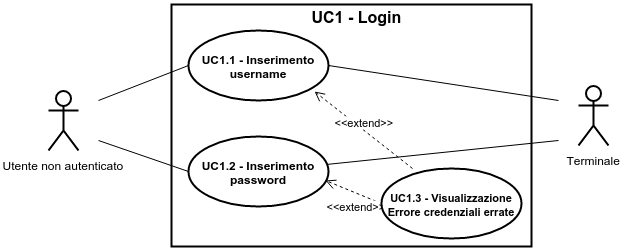
This is img/UseCases/UC1.png from ScalateKids/Actorbase-Documents, a draw.io export, as it was before one commit. Source tidied: cells renumbered, new cells last; positions are measured from the earlier drawing's top-left corner, leaving out a move shared by most shapes.
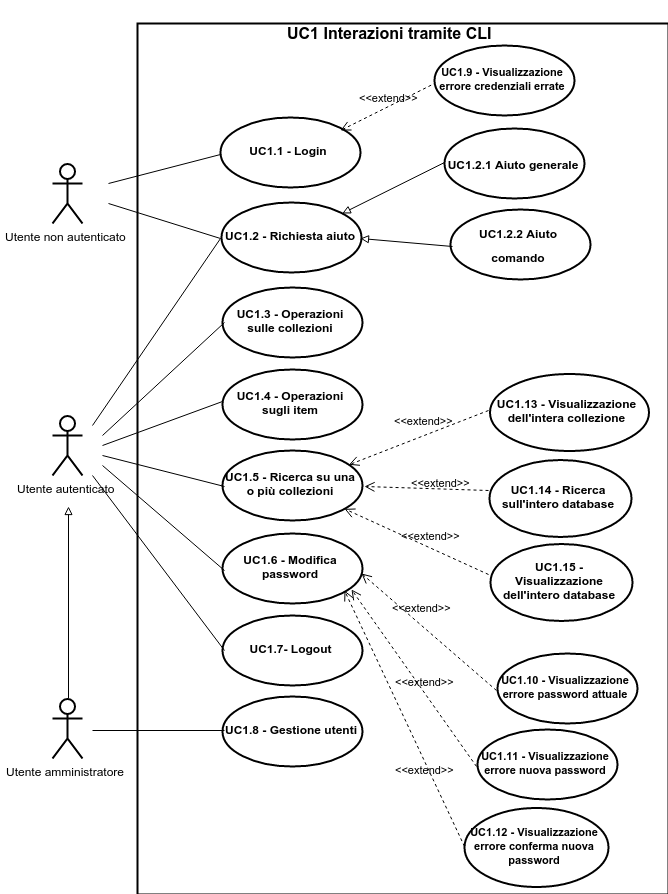
Above is the later version.

Diff of the diagram source:
```diff
@@ -2,56 +2,168 @@
   <root>
     <mxCell id="0" />
     <mxCell id="1" parent="0" />
-    <mxCell id="2" value="Utente non autenticato" style="shape=umlActor;verticalLabelPosition=bottom;labelBackgroundColor=#ffffff;verticalAlign=top;html=1;shadow=0;glass=0;strokeWidth=2;fillColor=#FFFFFF;" parent="1" vertex="1">
-      <mxGeometry y="89" width="30" height="60" as="geometry" />
+    <mxCell id="2" value="&lt;b&gt;&lt;font style=&quot;font-size: 11px&quot;&gt;UC1.11 - Visualizzazione errore nuova password&lt;/font&gt;&lt;/b&gt;" style="ellipse;whiteSpace=wrap;html=1;shadow=0;glass=0;strokeWidth=2;fillColor=#FFFFFF;" parent="1" vertex="1">
+      <mxGeometry x="1057.4" y="429.5" width="140" height="70" as="geometry" />
     </mxCell>
-    <mxCell id="3" value="&lt;b&gt;UC1.1 - Inserimento username&lt;/b&gt;" style="ellipse;whiteSpace=wrap;html=1;shadow=0;glass=0;strokeWidth=2;fillColor=#FFFFFF;" parent="1" vertex="1">
-      <mxGeometry x="140" y="29" width="140" height="70" as="geometry" />
+    <mxCell id="3" value="&amp;lt;&amp;lt;extend&amp;gt;&amp;gt;" style="html=1;verticalAlign=bottom;endArrow=open;dashed=1;endSize=8;exitX=0;exitY=0.5;labelBackgroundColor=none;" parent="1" edge="1" source="4">
+      <mxGeometry as="geometry">
+        <mxPoint x="941" y="273" as="targetPoint" />
+        <mxPoint x="-7" y="-16" as="offset" />
+      </mxGeometry>
     </mxCell>
-    <mxCell id="4" value="&lt;b&gt;UC1.2 - Inserimento password&lt;/b&gt;" style="ellipse;whiteSpace=wrap;html=1;shadow=0;glass=0;strokeWidth=2;fillColor=#FFFFFF;" parent="1" vertex="1">
-      <mxGeometry x="140" y="135" width="140" height="70" as="geometry" />
+    <mxCell id="4" value="&lt;b&gt;&lt;font style=&quot;font-size: 11px&quot;&gt;UC1.10 - Visualizzazione errore password attuale&lt;/font&gt;&lt;/b&gt;" style="ellipse;whiteSpace=wrap;html=1;shadow=0;glass=0;strokeWidth=2;fillColor=#FFFFFF;" parent="1" vertex="1">
+      <mxGeometry x="1077.4" y="353.5" width="140" height="70" as="geometry" />
     </mxCell>
-    <mxCell id="5" style="endArrow=none;html=1;" parent="1" edge="1">
-      <mxGeometry x="562" y="81" as="geometry">
-        <mxPoint x="50" y="99" as="sourcePoint" />
-        <mxPoint x="140" y="64" as="targetPoint" />
+    <mxCell id="5" value="&amp;lt;&amp;lt;extend&amp;gt;&amp;gt;" style="html=1;verticalAlign=bottom;endArrow=open;dashed=1;endSize=8;entryX=1;entryY=1;exitX=0;exitY=0.5;labelBackgroundColor=none;" parent="1" edge="1" source="6" target="16">
+      <mxGeometry as="geometry">
+        <mxPoint x="20" y="60" as="offset" />
       </mxGeometry>
     </mxCell>
-    <mxCell id="6" style="endArrow=none;html=1;entryX=0;entryY=0.5;" parent="1" edge="1" target="4">
-      <mxGeometry x="562" y="156" as="geometry">
-        <mxPoint x="50" y="139" as="sourcePoint" />
-      </mxGeometry>
+    <mxCell id="6" value="&lt;b&gt;&lt;font style=&quot;font-size: 11px&quot;&gt;UC1.12 - Visualizzazione errore conferma nuova password&lt;/font&gt;&lt;/b&gt;" style="ellipse;whiteSpace=wrap;html=1;shadow=0;glass=0;strokeWidth=2;fillColor=#FFFFFF;" parent="1" vertex="1">
+      <mxGeometry x="1044.4" y="507.5" width="144" height="79" as="geometry" />
     </mxCell>
-    <mxCell id="7" value="&amp;lt;&amp;lt;extend&amp;gt;&amp;gt;" style="html=1;verticalAlign=bottom;endArrow=open;dashed=1;endSize=8;entryX=0.982;entryY=0.629;entryPerimeter=0;exitX=0;exitY=0.5;" parent="1" edge="1" source="8" target="4">
-      <mxGeometry x="789" y="196" as="geometry" />
+    <mxCell id="7" value="Utente autenticato" style="shape=umlActor;verticalLabelPosition=bottom;labelBackgroundColor=#ffffff;verticalAlign=top;html=1;shadow=0;glass=0;strokeWidth=2;fillColor=none;" parent="1" vertex="1">
+      <mxGeometry x="632" y="115" width="30" height="60" as="geometry" />
     </mxCell>
-    <mxCell id="8" value="&lt;b&gt;&lt;font style=&quot;font-size: 11px&quot;&gt;UC1.3 - Visualizzazione Errore credenziali errate&lt;/font&gt;&lt;/b&gt;" style="ellipse;whiteSpace=wrap;html=1;shadow=0;glass=0;strokeWidth=2;fillColor=#FFFFFF;" parent="1" vertex="1">
-      <mxGeometry x="333" y="167" width="140" height="70" as="geometry" />
+    <mxCell id="8" value="Utente amministratore" style="shape=umlActor;verticalLabelPosition=bottom;labelBackgroundColor=#ffffff;verticalAlign=top;html=1;shadow=0;glass=0;strokeWidth=2;fillColor=none;" parent="1" vertex="1">
+      <mxGeometry x="632" y="398" width="30" height="60" as="geometry" />
     </mxCell>
-    <mxCell id="9" value="&amp;lt;&amp;lt;extend&amp;gt;&amp;gt;" style="html=1;verticalAlign=bottom;endArrow=open;dashed=1;endSize=8;exitX=0.221;exitY=-0.005;exitPerimeter=0;entryX=0.9;entryY=0.871;entryPerimeter=0;" parent="1" edge="1" source="8" target="3">
-      <mxGeometry x="782.5" y="72" as="geometry" />
+    <mxCell id="9" value="&lt;b&gt;UC1.2 - Richiesta aiuto&lt;/b&gt;" style="ellipse;whiteSpace=wrap;html=1;shadow=0;glass=0;strokeWidth=2;fillColor=none;" parent="1" vertex="1">
+      <mxGeometry x="801" y="-98" width="140" height="70" as="geometry" />
     </mxCell>
-    <mxCell id="10" style="html=1;shadow=0;glass=0;strokeWidth=2;fillColor=none;" parent="1" vertex="1">
-      <mxGeometry x="123" y="3" width="360" height="242" as="geometry" />
+    <mxCell id="10" value="&lt;b&gt;UC1.3 - Operazioni sulle collezioni&lt;/b&gt;" style="ellipse;whiteSpace=wrap;html=1;shadow=0;glass=0;strokeWidth=2;fillColor=none;" parent="1" vertex="1">
+      <mxGeometry x="802" y="-13" width="140" height="70" as="geometry" />
     </mxCell>
-    <mxCell id="11" value="&lt;font style=&quot;font-size: 16px&quot;&gt;&lt;b&gt;UC1 - Login&lt;/b&gt;&lt;/font&gt;" style="text;html=1;strokeColor=none;fillColor=none;align=center;verticalAlign=middle;overflow=hidden;shadow=0;glass=0;" parent="1" vertex="1">
-      <mxGeometry x="255" width="106" height="28" as="geometry" />
+    <mxCell id="11" style="endArrow=none;html=1;entryX=0;entryY=0.5;" parent="1" edge="1" target="9">
+      <mxGeometry x="1234" y="270" as="geometry">
+        <mxPoint x="672" y="125" as="sourcePoint" />
+      </mxGeometry>
     </mxCell>
-    <mxCell id="12" value="Terminale" style="shape=umlActor;verticalLabelPosition=bottom;labelBackgroundColor=#ffffff;verticalAlign=top;html=1;shadow=0;glass=0;strokeWidth=2;fillColor=none;" parent="1" vertex="1">
-      <mxGeometry x="530" y="84" width="30" height="60" as="geometry" />
+    <mxCell id="12" style="endArrow=none;html=1;entryX=0;entryY=0.5;" parent="1" edge="1" target="10">
+      <mxGeometry x="1234" y="362" as="geometry">
+        <mxPoint x="682" y="135" as="sourcePoint" />
+      </mxGeometry>
     </mxCell>
-    <mxCell id="13" style="endArrow=none;html=1;strokeWidth=1;exitX=1;exitY=0.5;" parent="1" edge="1" source="3">
-      <mxGeometry x="792" y="81" as="geometry">
-        <mxPoint x="510" y="99" as="targetPoint" />
+    <mxCell id="13" style="edgeStyle=orthogonalEdgeStyle;rounded=0;html=1;jettySize=auto;endArrow=block;endFill=0;" parent="1" edge="1" source="8">
+      <mxGeometry x="1159" y="222" as="geometry">
+        <mxPoint x="648" y="206" as="targetPoint" />
+        <Array as="points">
+          <mxPoint x="647" y="205" />
+        </Array>
       </mxGeometry>
     </mxCell>
-    <mxCell id="14" style="endArrow=none;html=1;strokeWidth=1;" parent="1" edge="1" source="4">
-      <mxGeometry x="790.6" y="156" as="geometry">
-        <mxPoint x="510" y="139" as="targetPoint" />
-      </mxGeometry>
+    <mxCell id="14" value="&lt;b&gt;UC1.4 - Operazioni sugli item&lt;/b&gt;" style="ellipse;whiteSpace=wrap;html=1;shadow=0;glass=0;strokeWidth=2;fillColor=none;" parent="1" vertex="1">
+      <mxGeometry x="802" y="69" width="140" height="70" as="geometry" />
     </mxCell>
-    <mxCell id="15" style="edgeStyle=none;rounded=0;html=1;exitX=0.5;exitY=1;entryX=0.5;entryY=1;startArrow=block;startFill=0;endArrow=block;endFill=0;jettySize=auto;orthogonalLoop=1;" parent="1" edge="1" source="11" target="11">
-      <mxGeometry x="820" y="45" as="geometry" />
+    <mxCell id="15" value="&lt;b&gt;UC1.5 - Ricerca su una o più collezioni&lt;/b&gt;" style="ellipse;whiteSpace=wrap;html=1;shadow=0;glass=0;strokeWidth=2;fillColor=none;" parent="1" vertex="1">
+      <mxGeometry x="802" y="150" width="140" height="70" as="geometry" />
     </mxCell>
+    <mxCell id="16" value="&lt;b&gt;UC1.6 - Modifica password&lt;/b&gt;" style="ellipse;whiteSpace=wrap;html=1;shadow=0;glass=0;strokeWidth=2;fillColor=none;" parent="1" vertex="1">
+      <mxGeometry x="802" y="233" width="140" height="70" as="geometry" />
+    </mxCell>
+    <mxCell id="17" value="&lt;b&gt;UC1.7- Logout&lt;/b&gt;" style="ellipse;whiteSpace=wrap;html=1;shadow=0;glass=0;strokeWidth=2;fillColor=none;" parent="1" vertex="1">
+      <mxGeometry x="802" y="315" width="140" height="70" as="geometry" />
+    </mxCell>
+    <mxCell id="18" value="&lt;b&gt;UC1.8 - Gestione utenti&lt;/b&gt;" style="ellipse;whiteSpace=wrap;html=1;shadow=0;glass=0;strokeWidth=2;fillColor=none;" parent="1" vertex="1">
+      <mxGeometry x="802" y="396" width="140" height="70" as="geometry" />
+    </mxCell>
+    <mxCell id="19" style="endArrow=none;html=1;entryX=0;entryY=0.5;" parent="1" edge="1" target="18">
+      <mxGeometry x="1184" y="447" as="geometry">
+        <mxPoint x="672" y="430" as="sourcePoint" />
+      </mxGeometry>
+    </mxCell>
+    <mxCell id="20" style="endArrow=none;html=1;" parent="1" edge="1">
+      <mxGeometry x="1194" y="128" as="geometry">
+        <mxPoint x="682" y="145" as="sourcePoint" />
+        <mxPoint x="802" y="101" as="targetPoint" />
+      </mxGeometry>
+    </mxCell>
+    <mxCell id="21" style="endArrow=none;html=1;entryX=0;entryY=0.5;" parent="1" edge="1" target="15">
+      <mxGeometry x="1194" y="172" as="geometry">
+        <mxPoint x="682" y="155" as="sourcePoint" />
+      </mxGeometry>
+    </mxCell>
+    <mxCell id="22" style="edgeStyle=orthogonalEdgeStyle;rounded=0;html=1;exitX=0.5;exitY=0.5;exitPerimeter=0;entryX=0.5;entryY=0.5;entryPerimeter=0;jettySize=auto;orthogonalLoop=1;" parent="1" edge="1" source="7" target="7">
+      <mxGeometry x="1159" y="162" as="geometry" />
+    </mxCell>
+    <mxCell id="23" style="endArrow=none;html=1;entryX=0;entryY=0.5;" parent="1" edge="1" target="16">
+      <mxGeometry x="1194" y="182" as="geometry">
+        <mxPoint x="682" y="165" as="sourcePoint" />
+      </mxGeometry>
+    </mxCell>
+    <mxCell id="24" style="endArrow=none;html=1;entryX=0;entryY=0.5;" parent="1" edge="1" target="17">
+      <mxGeometry x="1184" y="192" as="geometry">
+        <mxPoint x="672" y="175" as="sourcePoint" />
+      </mxGeometry>
+    </mxCell>
+    <mxCell id="25" value="&lt;span style=&quot;font-weight: normal&quot;&gt;Utente non autenticato&lt;/span&gt;" style="shape=umlActor;verticalLabelPosition=bottom;labelBackgroundColor=#ffffff;verticalAlign=top;html=1;fontStyle=1;strokeWidth=2;" parent="1" vertex="1">
+      <mxGeometry x="632" y="-137" width="30" height="60" as="geometry" />
+    </mxCell>
+    <mxCell id="26" value="&lt;b&gt;UC1.1 - Login&lt;/b&gt;" style="ellipse;whiteSpace=wrap;html=1;shadow=0;glass=0;strokeWidth=2;fillColor=none;" parent="1" vertex="1">
+      <mxGeometry x="800" y="-183" width="140" height="70" as="geometry" />
+    </mxCell>
+    <mxCell id="27" style="endArrow=none;html=1;strokeWidth=1;fillColor=#000000;entryX=0;entryY=0.5;" parent="1" edge="1" target="26">
+      <mxGeometry x="1200" y="-129" as="geometry">
+        <mxPoint x="688" y="-117" as="sourcePoint" />
+      </mxGeometry>
+    </mxCell>
+    <mxCell id="28" style="endArrow=none;html=1;strokeWidth=1;fillColor=#000000;entryX=0;entryY=0.5;" parent="1" edge="1" target="9">
+      <mxGeometry x="1200" y="-80" as="geometry">
+        <mxPoint x="688" y="-97" as="sourcePoint" />
+      </mxGeometry>
+    </mxCell>
+    <mxCell id="29" value="&lt;font style=&quot;font-size: 12px&quot;&gt;&lt;b&gt;UC1.2.1 Aiuto generale&lt;/b&gt;&lt;/font&gt;" style="ellipse;whiteSpace=wrap;html=1;strokeWidth=2;fontSize=20;" parent="1" vertex="1">
+      <mxGeometry x="1024" y="-172" width="140" height="70" as="geometry" />
+    </mxCell>
+    <mxCell id="30" value="&lt;font style=&quot;font-size: 12px&quot;&gt;&lt;b&gt;UC1.2.2 Aiuto comando&lt;/b&gt;&lt;/font&gt;" style="ellipse;whiteSpace=wrap;html=1;strokeWidth=2;fontSize=20;" parent="1" vertex="1">
+      <mxGeometry x="1030" y="-91" width="140" height="70" as="geometry" />
+    </mxCell>
+    <mxCell id="31" style="endArrow=block;html=1;strokeWidth=1;fillColor=#000000;fontSize=20;exitX=0;exitY=0.5;endFill=0;" parent="1" edge="1" source="29" target="9">
+      <mxGeometry x="1433.8" y="-121" as="geometry" />
+    </mxCell>
+    <mxCell id="32" style="endArrow=block;html=1;strokeWidth=1;fillColor=#000000;fontSize=20;entryX=1;entryY=0.5;exitX=0;exitY=0.5;endFill=0;" parent="1" edge="1" source="30" target="9">
+      <mxGeometry x="1467.5" y="-68.1" as="geometry" />
+    </mxCell>
+    <mxCell id="33" value="&lt;font style=&quot;font-size: 16px&quot;&gt;UC1 Interazioni tramite CLI&lt;/font&gt;" style="text;html=1;align=center;fontStyle=1;verticalAlign=middle;spacingLeft=3;spacingRight=3;strokeColor=none;shadow=0;glass=0;fillColor=none;" parent="1" vertex="1">
+      <mxGeometry x="900" y="-296" width="138" height="56" as="geometry" />
+    </mxCell>
+    <mxCell id="34" value="&amp;lt;&amp;lt;extend&amp;gt;&amp;gt;" style="html=1;verticalAlign=bottom;endArrow=open;dashed=1;endSize=8;entryX=1;entryY=0;exitX=0;exitY=0.5;labelBackgroundColor=none;" parent="1" edge="1" source="35" target="26">
+      <mxGeometry x="1369" y="-227" as="geometry" />
+    </mxCell>
+    <mxCell id="35" value="&lt;b&gt;&lt;font style=&quot;font-size: 11px&quot;&gt;UC1.9 - Visualizzazione errore credenziali errate&lt;/font&gt;&lt;/b&gt;" style="ellipse;whiteSpace=wrap;html=1;shadow=0;glass=0;strokeWidth=2;fillColor=#FFFFFF;" parent="1" vertex="1">
+      <mxGeometry x="1014" y="-255" width="140" height="70" as="geometry" />
+    </mxCell>
+    <mxCell id="36" value="&lt;b&gt;&lt;font style=&quot;font-size: 12px&quot;&gt;UC1.14 - Ricerca sull'intero database&lt;/font&gt;&lt;/b&gt;" style="ellipse;whiteSpace=wrap;html=1;shadow=0;glass=0;strokeWidth=2;fillColor=none;" parent="1" vertex="1">
+      <mxGeometry x="1069" y="159.3" width="142" height="77" as="geometry" />
+    </mxCell>
+    <mxCell id="37" value="&lt;font style=&quot;font-size: 11px;&quot;&gt;&amp;lt;&amp;lt;extend&amp;gt;&amp;gt;&lt;/font&gt;" style="html=1;verticalAlign=bottom;endArrow=open;dashed=1;endSize=8;strokeWidth=1;fontSize=11;exitX=-0.007;exitY=0.373;exitPerimeter=0;entryX=1;entryY=0.5;labelBackgroundColor=none;" parent="1" edge="1" source="36" target="15">
+      <mxGeometry as="geometry">
+        <mxPoint x="14" y="3" as="offset" />
+      </mxGeometry>
+    </mxCell>
+    <mxCell id="38" value="&lt;b&gt;&lt;font style=&quot;font-size: 12px&quot;&gt;UC1.13 - Visualizzazione dell'intera collezione&lt;/font&gt;&lt;/b&gt;" style="ellipse;whiteSpace=wrap;html=1;shadow=0;glass=0;strokeWidth=2;fillColor=none;" parent="1" vertex="1">
+      <mxGeometry x="1069" y="73" width="159" height="77" as="geometry" />
+    </mxCell>
+    <mxCell id="39" value="&lt;font style=&quot;font-size: 11px;&quot;&gt;&amp;lt;&amp;lt;extend&amp;gt;&amp;gt;&lt;/font&gt;" style="html=1;verticalAlign=bottom;endArrow=open;dashed=1;endSize=8;strokeWidth=1;fontSize=11;exitX=0;exitY=0.5;labelBackgroundColor=none;" parent="1" edge="1" source="38" target="15">
+      <mxGeometry as="geometry">
+        <mxPoint x="5" y="-8" as="offset" />
+      </mxGeometry>
+    </mxCell>
+    <mxCell id="40" style="html=1;shadow=0;glass=0;strokeWidth=2;fillColor=none;" parent="1" vertex="1">
+      <mxGeometry x="717" y="-277" width="531" height="871" as="geometry" />
+    </mxCell>
+    <mxCell id="41" value="&amp;lt;&amp;lt;extend&amp;gt;&amp;gt;" style="html=1;verticalAlign=bottom;endArrow=open;dashed=1;endSize=8;exitX=0;exitY=0.5;labelBackgroundColor=none;" parent="1" edge="1" source="2">
+      <mxGeometry x="1443" y="306" as="geometry">
+        <mxPoint x="931" y="289" as="targetPoint" />
+      </mxGeometry>
+    </mxCell>
+    <mxCell id="42" value="&lt;b&gt;&lt;font style=&quot;font-size: 12px&quot;&gt;UC1.15 - Visualizzazione dell'intero database&lt;/font&gt;&lt;/b&gt;" style="ellipse;whiteSpace=wrap;html=1;shadow=0;glass=0;strokeWidth=2;fillColor=none;" parent="1" vertex="1">
+      <mxGeometry x="1070" y="243.3" width="142" height="77" as="geometry" />
+    </mxCell>
+    <mxCell id="43" value="&lt;font style=&quot;font-size: 11px;&quot;&gt;&amp;lt;&amp;lt;extend&amp;gt;&amp;gt;&lt;/font&gt;" style="html=1;verticalAlign=bottom;endArrow=open;dashed=1;endSize=8;strokeWidth=1;fontSize=11;exitX=-0.007;exitY=0.373;exitPerimeter=0;labelBackgroundColor=none;" parent="1" edge="1" source="42" target="15">
+      <mxGeometry x="8" y="94" as="geometry">
+        <mxPoint x="14" y="3" as="offset" />
+      </mxGeometry>
+    </mxCell>
   </root>
 </mxGraphModel>
```
